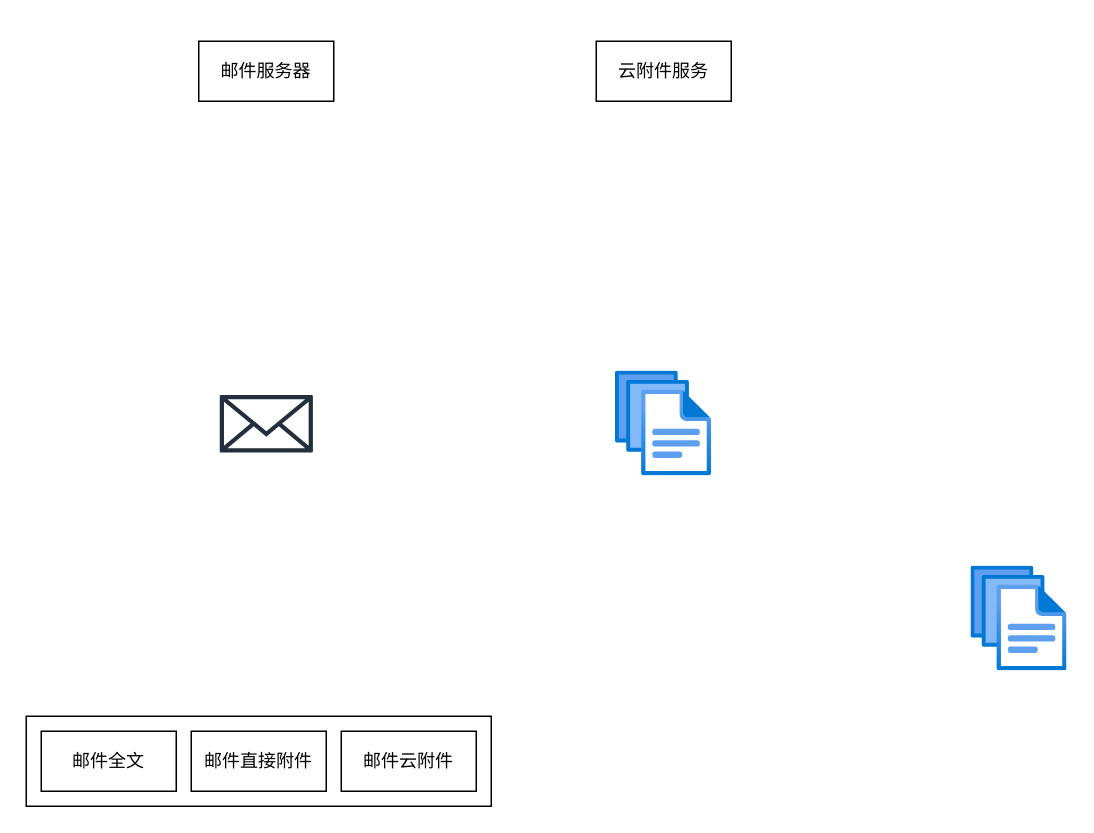
Earlier version of the draw.io diagram 各种图.drawio (GreenTee-color/Documents). Source tidied: cells renumbered, new cells numbered last; positions are measured from the earlier drawing's top-left corner, leaving out a move shared by most shapes. Both pictures are drawn from the tidied source at 150%, with x=0, y=0 at pixel (26, 40).
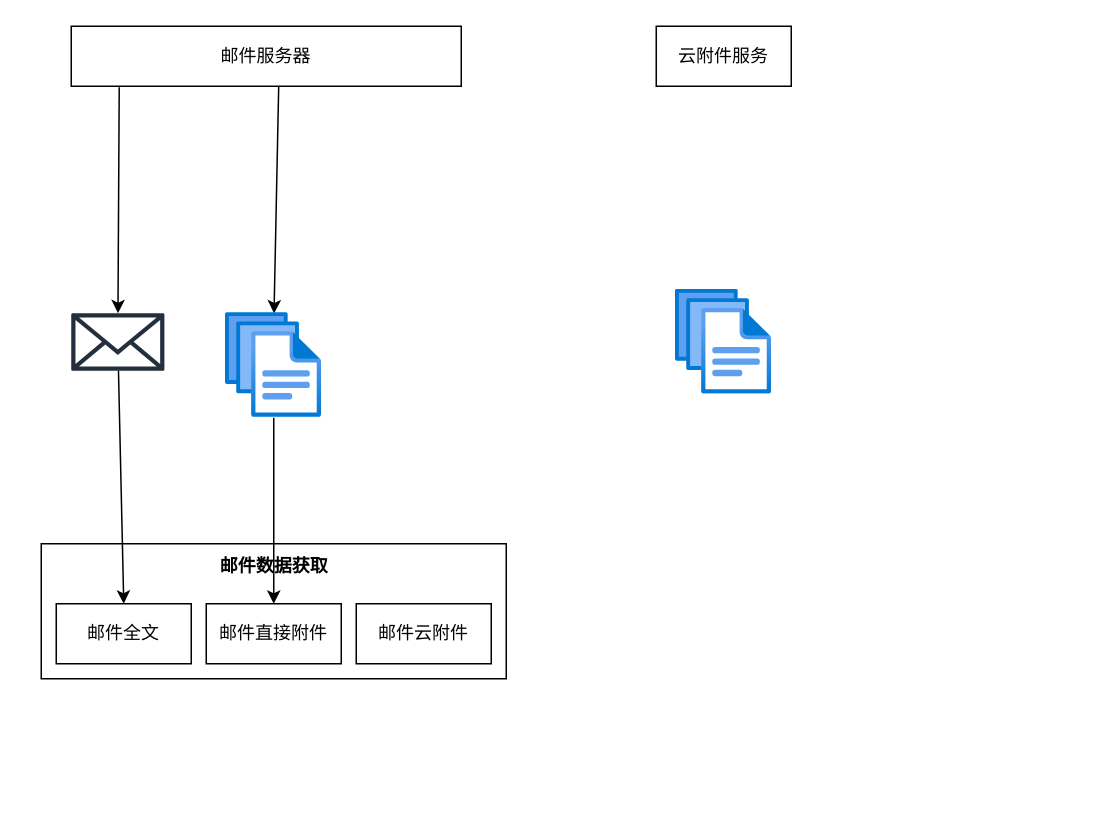
The same page after the edit.

Commit message (it also covers changes not shown here):
更新各种图.drawio

The edit, as a diff of the source:
```diff
@@
 <mxGraphModel background="#ffffff">
   <root>
     <mxCell id="0" />
     <mxCell id="1" parent="0" />
+    <mxCell id="11" style="rounded=0;jettySize=auto;html=1;exitX=0.123;exitY=1.015;exitDx=0;exitDy=0;exitPerimeter=0;" parent="1" edge="1" source="2" target="4">
+      <mxGeometry relative="1" as="geometry" />
+    </mxCell>
+    <mxCell id="12" style="rounded=0;jettySize=auto;html=1;entryX=0.503;entryY=0.006;entryDx=0;entryDy=0;entryPerimeter=0;exitX=0.532;exitY=0.975;exitDx=0;exitDy=0;exitPerimeter=0;" parent="1" edge="1" source="2" target="7">
+      <mxGeometry relative="1" as="geometry" />
+    </mxCell>
     <mxCell id="2" value="邮件服务器" style="rounded=0;whiteSpace=wrap;html=1;" parent="1" vertex="1">
-      <mxGeometry x="115" width="90" height="40" as="geometry" />
+      <mxGeometry x="30" y="-10" width="260" height="40" as="geometry" />
     </mxCell>
     <mxCell id="3" value="云附件服务" style="rounded=0;whiteSpace=wrap;html=1;" parent="1" vertex="1">
-      <mxGeometry x="380" width="90" height="40" as="geometry" />
+      <mxGeometry x="420" y="-10" width="90" height="40" as="geometry" />
     </mxCell>
     <mxCell id="4" style="sketch=0;outlineConnect=0;fontColor=#232F3E;gradientColor=none;fillColor=#232F3D;strokeColor=none;dashed=0;verticalLabelPosition=bottom;verticalAlign=top;align=center;html=1;fontSize=12;fontStyle=0;shape=mxgraph.aws4.email_2;" parent="1" vertex="1">
-      <mxGeometry x="129" y="235.5" width="62.1" height="39" as="geometry" />
+      <mxGeometry x="30" y="181" width="62.1" height="39" as="geometry" />
     </mxCell>
-    <mxCell id="5" style="rounded=0;whiteSpace=wrap;html=1;" parent="1" vertex="1">
-      <mxGeometry y="450" width="310" height="60" as="geometry" />
-    </mxCell>
     <mxCell id="6" style="image;html=1;align=center;fontSize=12;image=img/lib/azure2/general/Files.svg;" parent="1" vertex="1">
-      <mxGeometry x="630" y="350" width="64" height="70" as="geometry" />
+      <mxGeometry x="433" y="165.5" width="64" height="70" as="geometry" />
     </mxCell>
     <mxCell id="7" style="image;html=1;points=[];align=center;fontSize=12;image=img/lib/azure2/general/Files.svg;" parent="1" vertex="1">
-      <mxGeometry x="393" y="220" width="64" height="70" as="geometry" />
+      <mxGeometry x="133" y="181" width="64" height="70" as="geometry" />
     </mxCell>
+    <mxCell id="13" style="group;" parent="1" vertex="1">
+      <mxGeometry x="10" y="335" width="310" height="90" as="geometry" />
+    </mxCell>
+    <mxCell id="5" style="rounded=0;whiteSpace=wrap;html=1;" parent="13" vertex="1">
+      <mxGeometry width="310" height="90" as="geometry" />
+    </mxCell>
-    <mxCell id="8" value="邮件全文" style="rounded=0;whiteSpace=wrap;html=1;" parent="1" vertex="1">
-      <mxGeometry x="10" y="460" width="90" height="40" as="geometry" />
+    <mxCell id="8" value="邮件全文" style="rounded=0;whiteSpace=wrap;html=1;" parent="13" vertex="1">
+      <mxGeometry x="10" y="40" width="90" height="40" as="geometry" />
     </mxCell>
-    <mxCell id="9" value="邮件直接附件" style="rounded=0;whiteSpace=wrap;html=1;" parent="1" vertex="1">
-      <mxGeometry x="110" y="460" width="90" height="40" as="geometry" />
+    <mxCell id="9" value="邮件直接附件" style="rounded=0;whiteSpace=wrap;html=1;" parent="13" vertex="1">
+      <mxGeometry x="110" y="40" width="90" height="40" as="geometry" />
     </mxCell>
-    <mxCell id="10" value="邮件云附件" style="rounded=0;whiteSpace=wrap;html=1;" parent="1" vertex="1">
-      <mxGeometry x="210" y="460" width="90" height="40" as="geometry" />
+    <mxCell id="10" value="邮件云附件" style="rounded=0;whiteSpace=wrap;html=1;" parent="13" vertex="1">
+      <mxGeometry x="210" y="40" width="90" height="40" as="geometry" />
     </mxCell>
+    <mxCell id="14" value="邮件数据获取" style="text;html=1;align=center;verticalAlign=middle;strokeColor=none;fillColor=none;fontStyle=1;" parent="13" vertex="1">
+      <mxGeometry x="105" width="100" height="30" as="geometry" />
+    </mxCell>
+    <mxCell id="15" style="rounded=0;jettySize=auto;html=1;entryX=0.5;entryY=0;entryDx=0;entryDy=0;" parent="1" edge="1" source="4" target="8">
+      <mxGeometry relative="1" as="geometry" />
+    </mxCell>
+    <mxCell id="16" style="rounded=0;jettySize=auto;html=1;entryX=0.5;entryY=0;entryDx=0;entryDy=0;" parent="1" edge="1" source="7" target="9">
+      <mxGeometry relative="1" as="geometry" />
+    </mxCell>
   </root>
 </mxGraphModel>
```
